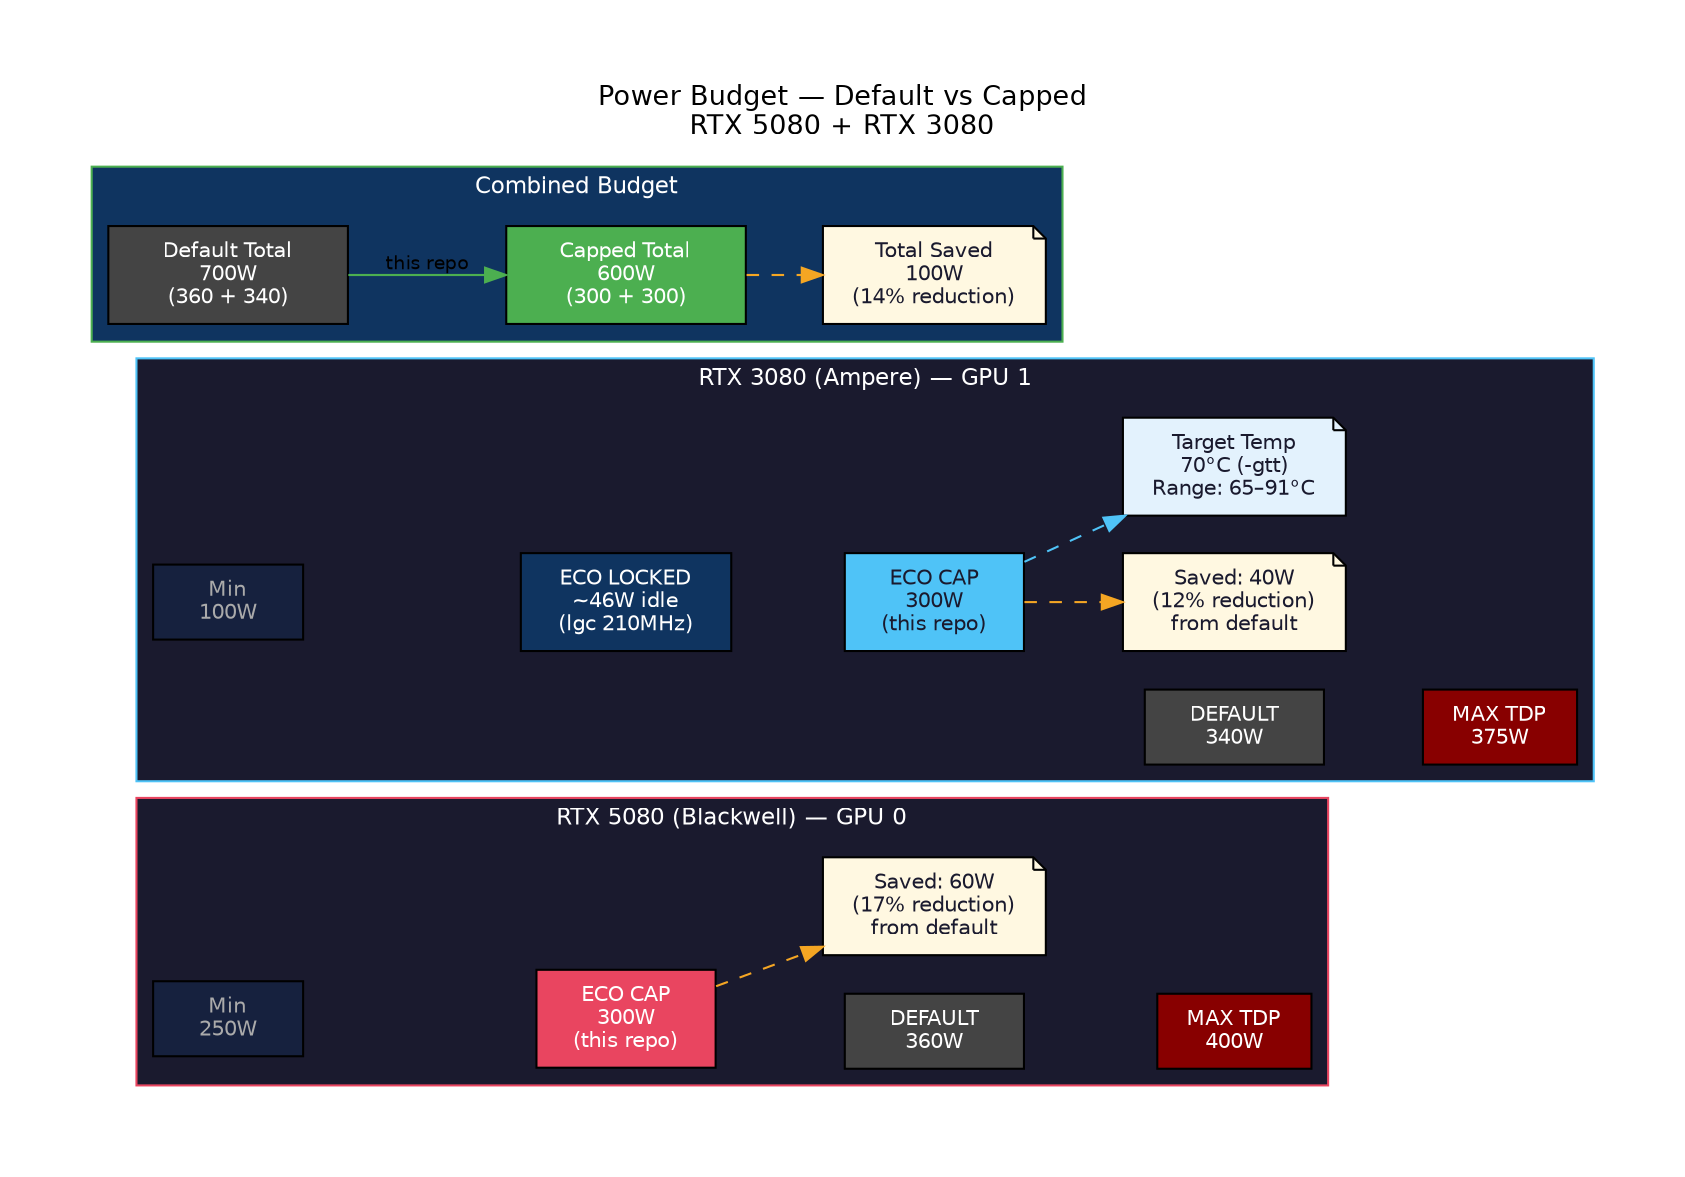
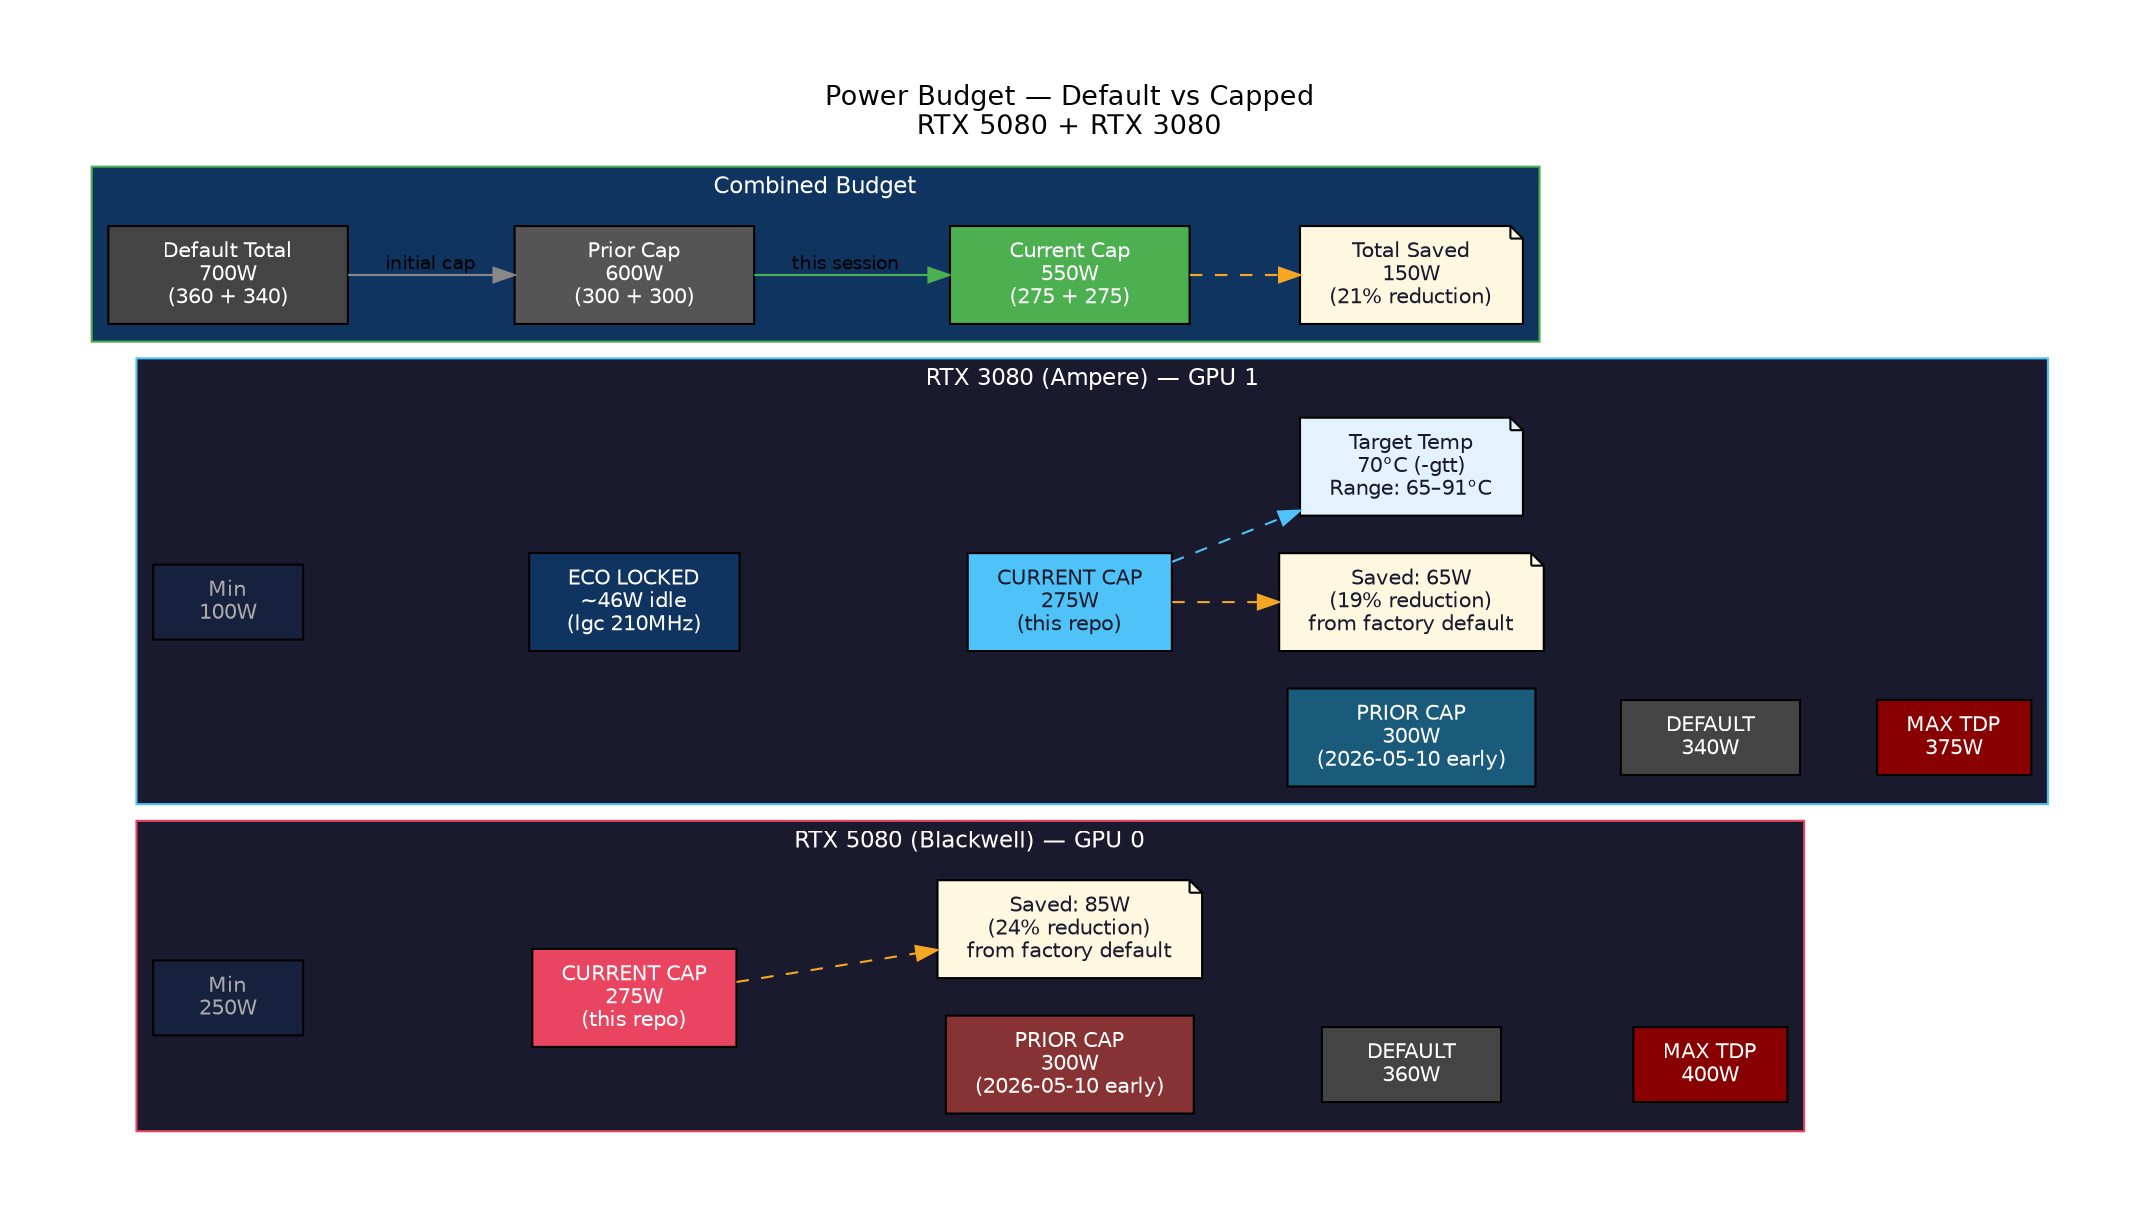
digraph PowerBudget {
    rankdir=LR;
    graph [fontname="Helvetica", fontsize=13, label="Power Budget — Default vs Capped\nRTX 5080 + RTX 3080", labelloc=t, pad=0.5];
    node  [fontname="Helvetica", fontsize=10, style=filled, shape=box, margin="0.2,0.1"];
    edge  [fontname="Helvetica", fontsize=9, style=invis];

    subgraph cluster_5080 {
        label="RTX 5080 (Blackwell) — GPU 0"; style=filled; fillcolor="#1a1a2e"; color="#e94560";
        fontname="Helvetica"; fontsize=11; fontcolor=white;

        A1 [label="Min\n250W", fillcolor="#16213e", fontcolor="#aaaaaa", width=1.0];
-         A2 [label="ECO CAP\n300W\n(this repo)", fillcolor="#e94560", fontcolor=white, width=1.2];
+         A2 [label="CURRENT CAP\n275W\n(this repo)", fillcolor="#e94560", fontcolor=white, width=1.2];
+         A2b [label="PRIOR CAP\n300W\n(2026-05-10 early)", fillcolor="#883333", fontcolor=white, width=1.2];
        A3 [label="DEFAULT\n360W", fillcolor="#444444", fontcolor=white, width=1.2];
        A4 [label="MAX TDP\n400W", fillcolor="#880000", fontcolor=white, width=1.0];

-         A1 -> A2 -> A3 -> A4;
+         A1 -> A2 -> A2b -> A3 -> A4;

-         SAV5 [label="Saved: 60W\n(17% reduction)\nfrom default", shape=note, fillcolor="#fff8e1", fontcolor="#1a1a2e", fontsize=10];
+         SAV5 [label="Saved: 85W\n(24% reduction)\nfrom factory default", shape=note, fillcolor="#fff8e1", fontcolor="#1a1a2e", fontsize=10];
        A2 -> SAV5 [style=dashed, color="#f5a623"];
    }

    subgraph cluster_3080 {
        label="RTX 3080 (Ampere) — GPU 1"; style=filled; fillcolor="#1a1a2e"; color="#4fc3f7";
        fontname="Helvetica"; fontsize=11; fontcolor=white;

        B1 [label="Min\n100W", fillcolor="#16213e", fontcolor="#aaaaaa", width=1.0];
        B2 [label="ECO LOCKED\n~46W idle\n(lgc 210MHz)", fillcolor="#0f3460", fontcolor=white, width=1.4];
-         B3 [label="ECO CAP\n300W\n(this repo)", fillcolor="#4fc3f7", fontcolor="#1a1a2e", width=1.2];
+         B3 [label="CURRENT CAP\n275W\n(this repo)", fillcolor="#4fc3f7", fontcolor="#1a1a2e", width=1.2];
+         B3b [label="PRIOR CAP\n300W\n(2026-05-10 early)", fillcolor="#1a5a7a", fontcolor=white, width=1.2];
        B4 [label="DEFAULT\n340W", fillcolor="#444444", fontcolor=white, width=1.2];
        B5 [label="MAX TDP\n375W", fillcolor="#880000", fontcolor=white, width=1.0];

-         B1 -> B2 -> B3 -> B4 -> B5;
+         B1 -> B2 -> B3 -> B3b -> B4 -> B5;

-         SAV3 [label="Saved: 40W\n(12% reduction)\nfrom default", shape=note, fillcolor="#fff8e1", fontcolor="#1a1a2e", fontsize=10];
+         SAV3 [label="Saved: 65W\n(19% reduction)\nfrom factory default", shape=note, fillcolor="#fff8e1", fontcolor="#1a1a2e", fontsize=10];
        GTT  [label="Target Temp\n70°C (-gtt)\nRange: 65–91°C", shape=note, fillcolor="#e3f2fd", fontcolor="#1a1a2e", fontsize=10];
        B3 -> SAV3 [style=dashed, color="#f5a623"];
        B3 -> GTT  [style=dashed, color="#4fc3f7"];
    }

    subgraph cluster_total {
        label="Combined Budget"; style=filled; fillcolor="#0f3460"; color="#4caf50";
        fontname="Helvetica"; fontsize=11; fontcolor=white;

        TOT_DEFAULT [label="Default Total\n700W\n(360 + 340)", fillcolor="#444444", fontcolor=white, width=1.6];
-         TOT_CAPPED  [label="Capped Total\n600W\n(300 + 300)", fillcolor="#4caf50", fontcolor=white, width=1.6];
-         TOT_SAVE    [label="Total Saved\n100W\n(14% reduction)", shape=note, fillcolor="#fff8e1", fontcolor="#1a1a2e", fontsize=10];
+         TOT_PRIOR   [label="Prior Cap\n600W\n(300 + 300)", fillcolor="#555555", fontcolor=white, width=1.6];
+         TOT_CAPPED  [label="Current Cap\n550W\n(275 + 275)", fillcolor="#4caf50", fontcolor=white, width=1.6];
+         TOT_SAVE    [label="Total Saved\n150W\n(21% reduction)", shape=note, fillcolor="#fff8e1", fontcolor="#1a1a2e", fontsize=10];

-         TOT_DEFAULT -> TOT_CAPPED [style=solid, label="this repo", color="#4caf50"];
+         TOT_DEFAULT -> TOT_PRIOR [style=solid, label="initial cap", color="#888888"];
+         TOT_PRIOR   -> TOT_CAPPED [style=solid, label="this session", color="#4caf50"];
        TOT_CAPPED  -> TOT_SAVE  [style=dashed, color="#f5a623"];
    }
}
